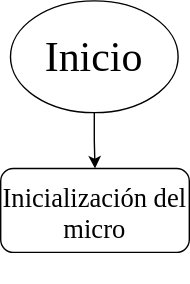
Earlier version of the draw.io export Diagrama.drawio.svg (Kourii/integradora). Source tidied: cells renumbered, new cells last; positions are measured from the earlier drawing's top-left corner, leaving out a move shared by most shapes.
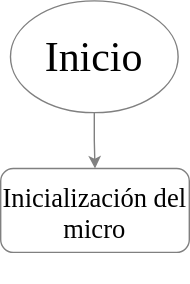
After the change.

Change to the diagram source:
```diff
@@ -2,13 +2,13 @@
   <root>
     <mxCell id="0" />
     <mxCell id="1" parent="0" />
-    <mxCell id="2" style="edgeStyle=orthogonalEdgeStyle;rounded=0;jettySize=auto;html=1;exitX=0.5;exitY=1;exitDx=0;exitDy=0;entryX=0.5;entryY=0;entryDx=0;entryDy=0;fontFamily=Verdana;fontSize=30;" parent="1" edge="1" source="3" target="4">
+    <mxCell id="2" style="edgeStyle=orthogonalEdgeStyle;rounded=0;jettySize=auto;html=1;exitX=0.5;exitY=1;exitDx=0;exitDy=0;entryX=0.5;entryY=0;entryDx=0;entryDy=0;fontFamily=Verdana;fontSize=30;strokeColor=#808080;" parent="1" edge="1" source="3" target="4">
       <mxGeometry relative="1" as="geometry" />
     </mxCell>
-    <mxCell id="3" value="&lt;font style=&quot;font-size: 30px;&quot; face=&quot;Verdana&quot;&gt;Inicio&lt;/font&gt;" style="ellipse;whiteSpace=wrap;html=1;" parent="1" vertex="1">
+    <mxCell id="3" value="&lt;font style=&quot;font-size: 30px;&quot; face=&quot;Verdana&quot;&gt;Inicio&lt;/font&gt;" style="ellipse;whiteSpace=wrap;html=1;strokeColor=#808080;" parent="1" vertex="1">
       <mxGeometry x="7" width="120" height="80" as="geometry" />
     </mxCell>
-    <mxCell id="4" value="&lt;p style=&quot;line-height: 60%;&quot;&gt;&lt;font style=&quot;font-size: 19px;&quot;&gt;Inicialización del micro&lt;br&gt;&lt;/font&gt;&lt;/p&gt;" style="rounded=1;whiteSpace=wrap;html=1;fontFamily=Verdana;fontSize=30;" parent="1" vertex="1">
+    <mxCell id="4" value="&lt;p style=&quot;line-height: 60%;&quot;&gt;&lt;font style=&quot;font-size: 19px;&quot;&gt;Inicialización del micro&lt;br&gt;&lt;/font&gt;&lt;/p&gt;" style="rounded=1;whiteSpace=wrap;html=1;fontFamily=Verdana;fontSize=30;strokeColor=#808080;" parent="1" vertex="1">
       <mxGeometry y="120" width="135" height="60" as="geometry" />
     </mxCell>
   </root>
```
